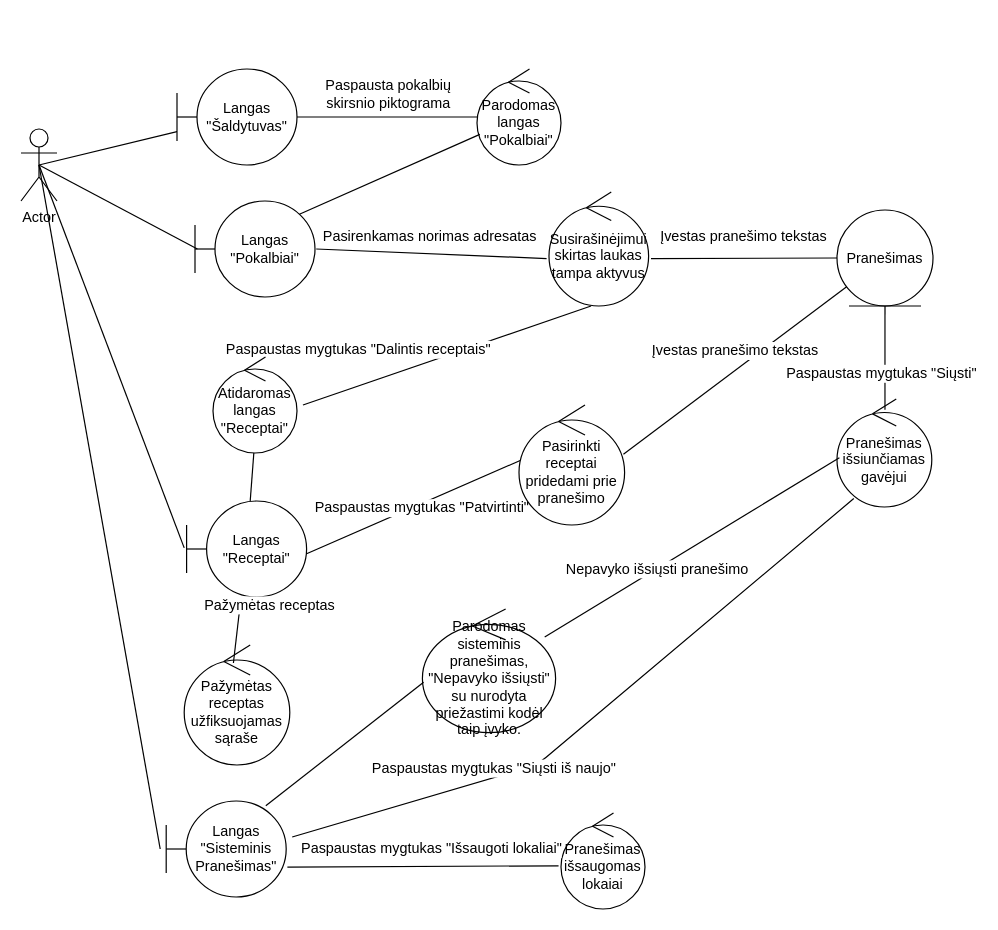
Tristanas/PSI2-Food-Bee-Inc keeps this draw.io diagram as Draw.io/ROBUSTnaudotBendrPerPranesimus.drawio. Above is the earlier version. Source tidied: cells renumbered, new cells numbered last; positions are measured from the earlier drawing's top-left corner, leaving out a move shared by most shapes. Both pictures are drawn from the tidied source at 120%, with x=0, y=0 at pixel (20, 68).
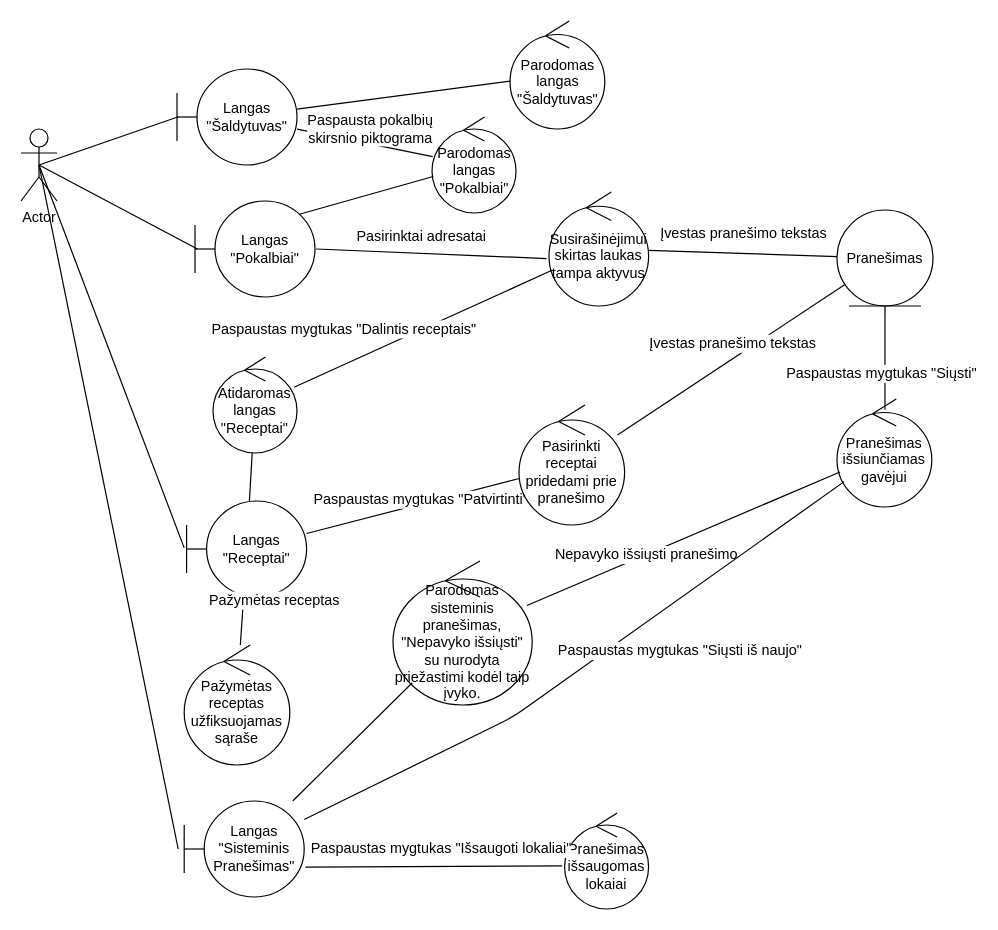
Above is the later version.

Unchanged cells that the change refers to:
```xml
<mxCell id="2" value="Actor" style="shape=umlActor;verticalLabelPosition=bottom;labelBackgroundColor=#ffffff;verticalAlign=top;html=1;outlineConnect=0;" parent="1" vertex="1">
  <mxGeometry y="50" width="30" height="60" as="geometry" />
</mxCell>
<mxCell id="3" value="Langas &quot;Šaldytuvas&quot;" style="shape=umlBoundary;whiteSpace=wrap;html=1;" parent="1" vertex="1">
  <mxGeometry x="130" width="100" height="80" as="geometry" />
</mxCell>
<mxCell id="6" style="endArrow=none;html=1;" parent="1" edge="1" source="3" target="5">
  <mxGeometry relative="1" as="geometry" />
</mxCell>
<mxCell id="13" value="Susirašinėjimui skirtas laukas tampa aktyvus" style="ellipse;shape=umlControl;whiteSpace=wrap;html=1;" parent="1" vertex="1">
  <mxGeometry x="440" y="102.5" width="83" height="95" as="geometry" />
</mxCell>
<mxCell id="14" value="Pranešimas" style="ellipse;shape=umlEntity;whiteSpace=wrap;html=1;" parent="1" vertex="1">
  <mxGeometry x="680" y="117.5" width="80" height="80" as="geometry" />
</mxCell>
<mxCell id="19" value="Atidaromas langas &quot;Receptai&quot;" style="ellipse;shape=umlControl;whiteSpace=wrap;html=1;" parent="1" vertex="1">
  <mxGeometry x="160" y="240" width="70" height="80" as="geometry" />
</mxCell>
<mxCell id="20" value="Langas &quot;Receptai&quot;" style="shape=umlBoundary;whiteSpace=wrap;html=1;" parent="1" vertex="1">
  <mxGeometry x="138" y="360" width="100" height="80" as="geometry" />
</mxCell>
<mxCell id="23" value="Pažymėtas receptas užfiksuojamas sąraše" style="ellipse;shape=umlControl;whiteSpace=wrap;html=1;" parent="1" vertex="1">
  <mxGeometry x="136" y="480" width="88" height="100" as="geometry" />
</mxCell>
<mxCell id="28" value="Pasirinkti receptai pridedami prie pranešimo" style="ellipse;shape=umlControl;whiteSpace=wrap;html=1;" parent="1" vertex="1">
  <mxGeometry x="415" y="280" width="88" height="100" as="geometry" />
</mxCell>
<mxCell id="31" value="Pranešimas išsiunčiamas gavėjui" style="ellipse;shape=umlControl;whiteSpace=wrap;html=1;" parent="1" vertex="1">
  <mxGeometry x="680" y="275" width="79" height="90" as="geometry" />
</mxCell>
```

What changed in the source:
```diff
@@
-    <mxCell id="4" style="endArrow=none;html=1;exitX=0.5;exitY=0.5;exitDx=0;exitDy=0;exitPerimeter=0;" parent="1" edge="1" source="2" target="3">
+    <mxCell id="4" style="endArrow=none;html=1;exitX=0.5;exitY=0.5;exitDx=0;exitDy=0;exitPerimeter=0;entryX=0.012;entryY=0.497;entryDx=0;entryDy=0;entryPerimeter=0;" parent="1" edge="1" source="2" target="3">
       <mxGeometry relative="1" as="geometry" />
     </mxCell>
     <mxCell id="5" value="Parodomas langas &quot;Pokalbiai&quot;" style="ellipse;shape=umlControl;whiteSpace=wrap;html=1;" parent="1" vertex="1">
-      <mxGeometry x="380" width="70" height="80" as="geometry" />
+      <mxGeometry x="342.5" y="40" width="70" height="80" as="geometry" />
     </mxCell>
@@
     <mxCell id="7" value="Paspausta pokalbių &lt;br&gt;skirsnio piktograma" style="text;html=1;align=center;verticalAlign=middle;labelBackgroundColor=#ffffff;" parent="6" vertex="1">
       <mxGeometry x="-0.24" y="-3" relative="1" as="geometry">
-        <mxPoint x="18" y="-23" as="offset" />
+        <mxPoint x="17.5" y="-12" as="offset" />
       </mxGeometry>
     </mxCell>
@@
-    <mxCell id="12" value="Pasirenkamas norimas adresatas" style="text;html=1;align=left;verticalAlign=top;spacingTop=-4;" parent="1" vertex="1">
-      <mxGeometry x="250" y="130" width="190" height="20" as="geometry" />
+    <mxCell id="12" value="Pasirinktai adresatai" style="text;html=1;align=left;verticalAlign=top;spacingTop=-4;" parent="1" vertex="1">
+      <mxGeometry x="277.5" y="130" width="120" height="20" as="geometry" />
     </mxCell>
@@
-    <mxCell id="15" style="endArrow=none;html=1;exitX=0;exitY=0.5;exitDx=0;exitDy=0;entryX=1.024;entryY=0.584;entryDx=0;entryDy=0;entryPerimeter=0;" parent="1" edge="1" source="14" target="13">
+    <mxCell id="15" style="endArrow=none;html=1;" parent="1" edge="1" source="14" target="13">
       <mxGeometry relative="1" as="geometry" />
     </mxCell>
@@
-    <mxCell id="17" style="endArrow=none;html=1;entryX=0.422;entryY=1;entryDx=0;entryDy=0;entryPerimeter=0;exitX=1.071;exitY=0.5;exitDx=0;exitDy=0;exitPerimeter=0;" parent="1" edge="1" source="19" target="13">
+    <mxCell id="17" style="endArrow=none;html=1;" parent="1" edge="1" source="19" target="13">
       <mxGeometry relative="1" as="geometry" />
     </mxCell>
@@
-    <mxCell id="21" style="endArrow=none;html=1;entryX=0.486;entryY=1;entryDx=0;entryDy=0;entryPerimeter=0;" parent="1" edge="1" source="20" target="19">
+    <mxCell id="21" style="endArrow=none;html=1;" parent="1" edge="1" source="20" target="19">
       <mxGeometry relative="1" as="geometry" />
     </mxCell>
@@
-    <mxCell id="24" style="endArrow=none;html=1;exitX=0.466;exitY=0.15;exitDx=0;exitDy=0;exitPerimeter=0;" parent="1" edge="1" source="23" target="20">
+    <mxCell id="24" style="endArrow=none;html=1;" parent="1" edge="1" source="23" target="20">
       <mxGeometry relative="1" as="geometry" />
     </mxCell>
@@
-    <mxCell id="26" style="endArrow=none;html=1;entryX=1;entryY=0.55;entryDx=0;entryDy=0;entryPerimeter=0;exitX=0.017;exitY=0.46;exitDx=0;exitDy=0;exitPerimeter=0;" parent="1" edge="1" source="28" target="20">
+    <mxCell id="26" style="endArrow=none;html=1;" parent="1" edge="1" source="28" target="20">
       <mxGeometry relative="1" as="geometry" />
     </mxCell>
@@
-    <mxCell id="29" style="endArrow=none;html=1;entryX=0.989;entryY=0.41;entryDx=0;entryDy=0;entryPerimeter=0;" parent="1" edge="1" source="14" target="28">
+    <mxCell id="29" style="endArrow=none;html=1;" parent="1" edge="1" source="14" target="28">
       <mxGeometry relative="1" as="geometry" />
     </mxCell>
@@
-    <mxCell id="34" style="endArrow=none;html=1;entryX=0.025;entryY=0.544;entryDx=0;entryDy=0;entryPerimeter=0;" parent="1" edge="1" source="36" target="31">
+    <mxCell id="34" style="endArrow=none;html=1;" parent="1" edge="1" source="36" target="31">
       <mxGeometry relative="1" as="geometry" />
     </mxCell>
@@
     <mxCell id="36" value="Parodomas sisteminis pranešimas, &quot;Nepavyko išsiųsti&quot; su nurodyta priežastimi kodėl taip įvyko." style="ellipse;shape=umlControl;whiteSpace=wrap;html=1;" parent="1" vertex="1">
-      <mxGeometry x="334.5" y="450" width="111" height="103" as="geometry" />
+      <mxGeometry x="310" y="410" width="116" height="120" as="geometry" />
     </mxCell>
     <mxCell id="37" value="Langas &quot;Sisteminis Pranešimas&quot;" style="shape=umlBoundary;whiteSpace=wrap;html=1;" parent="1" vertex="1">
-      <mxGeometry x="121" y="610" width="100" height="80" as="geometry" />
+      <mxGeometry x="136" y="610" width="100" height="80" as="geometry" />
     </mxCell>
-    <mxCell id="38" style="endArrow=none;html=1;entryX=0.009;entryY=0.592;entryDx=0;entryDy=0;entryPerimeter=0;exitX=0.83;exitY=0.05;exitDx=0;exitDy=0;exitPerimeter=0;" parent="1" edge="1" source="37" target="36">
+    <mxCell id="38" style="endArrow=none;html=1;" parent="1" edge="1" source="37" target="36">
       <mxGeometry relative="1" as="geometry" />
     </mxCell>
-    <mxCell id="39" style="endArrow=none;html=1;exitX=0.177;exitY=0.922;exitDx=0;exitDy=0;exitPerimeter=0;" parent="1" edge="1" source="31">
+    <mxCell id="39" style="endArrow=none;html=1;" parent="1" edge="1" source="31" target="37">
       <mxGeometry relative="1" as="geometry">
-        <mxPoint x="226" y="640" as="targetPoint" />
         <Array as="points">
-          <mxPoint x="430" y="580" />
+          <mxPoint x="410" y="540" />
         </Array>
       </mxGeometry>
     </mxCell>
     <mxCell id="40" value="Paspaustas mygtukas &quot;Siųsti iš naujo&quot;" style="text;html=1;align=center;verticalAlign=middle;labelBackgroundColor=#ffffff;" parent="39" vertex="1">
       <mxGeometry x="0.31" y="4" relative="1" as="geometry">
-        <mxPoint x="-18.5" y="-7" as="offset" />
+        <mxPoint x="146.5" y="-63.5" as="offset" />
       </mxGeometry>
     </mxCell>
     <mxCell id="41" value="Pranešimas išsaugomas lokaiai" style="ellipse;shape=umlControl;whiteSpace=wrap;html=1;" parent="1" vertex="1">
-      <mxGeometry x="450" y="620" width="70" height="80" as="geometry" />
+      <mxGeometry x="453" y="620" width="70" height="80" as="geometry" />
     </mxCell>
@@
+    <mxCell id="45" value="Parodomas langas &quot;Šaldytuvas&quot;" style="ellipse;shape=umlControl;whiteSpace=wrap;html=1;" parent="1" vertex="1">
+      <mxGeometry x="407.5" y="-40" width="79" height="90" as="geometry" />
+    </mxCell>
+    <mxCell id="46" style="endArrow=none;html=1;" parent="1" edge="1" source="3" target="45">
+      <mxGeometry relative="1" as="geometry" />
+    </mxCell>
```
